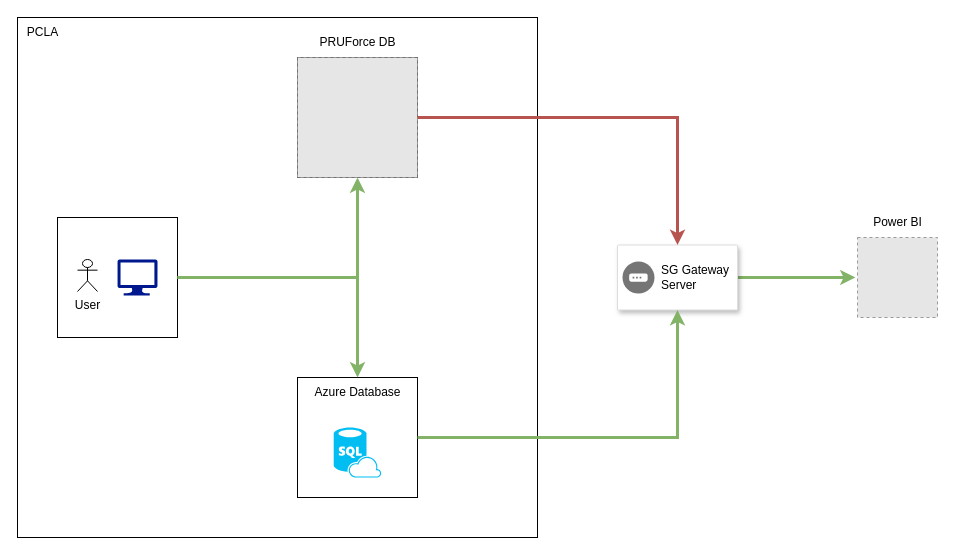
This is Untitled Diagram.drawio from sovanminea/pru, a draw.io file, before an edit. Source tidied: cells renumbered, new cells numbered last; positions are measured from the earlier drawing's top-left corner, leaving out a move shared by most shapes. Both pictures are drawn from the tidied source at 100%, with x=0, y=0 at pixel (17, 17). Pictures stored in the file or linked from it are replaced by grey dashed boxes.
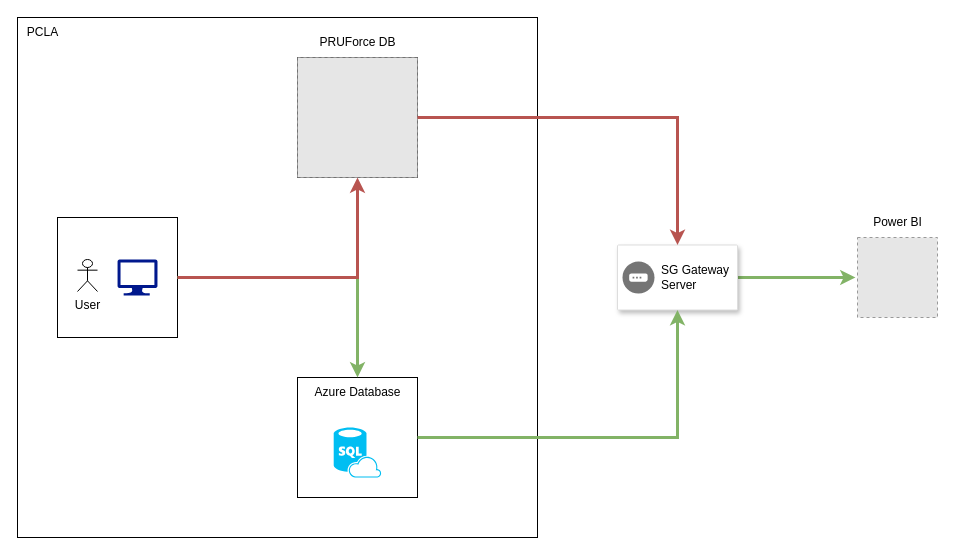
After the change.

The change refers to these unchanged cells:
```xml
<mxCell id="4" style="whiteSpace=wrap;html=1;fillColor=none;" parent="3" vertex="1">
  <mxGeometry width="120" height="120" as="geometry" />
</mxCell>
<mxCell id="21" style="fillColor=#E6E6E6;strokeColor=#999999;dashed=1;verticalLabelPosition=bottom;labelBackgroundColor=default;verticalAlign=top;" parent="19" vertex="1">
  <mxGeometry width="120" height="120" as="geometry" />
</mxCell>
```

Diff of the diagram source:
```diff
@@
-    <mxCell id="26" style="edgeStyle=orthogonalEdgeStyle;rounded=0;jettySize=auto;html=1;strokeWidth=3;fillColor=#d5e8d4;strokeColor=#82b366;" parent="1" edge="1" source="4" target="21">
+    <mxCell id="26" style="edgeStyle=orthogonalEdgeStyle;rounded=0;jettySize=auto;html=1;strokeWidth=3;fillColor=#f8cecc;strokeColor=#b85450;" parent="1" edge="1" source="4" target="21">
       <mxGeometry relative="1" as="geometry" />
     </mxCell>
```
